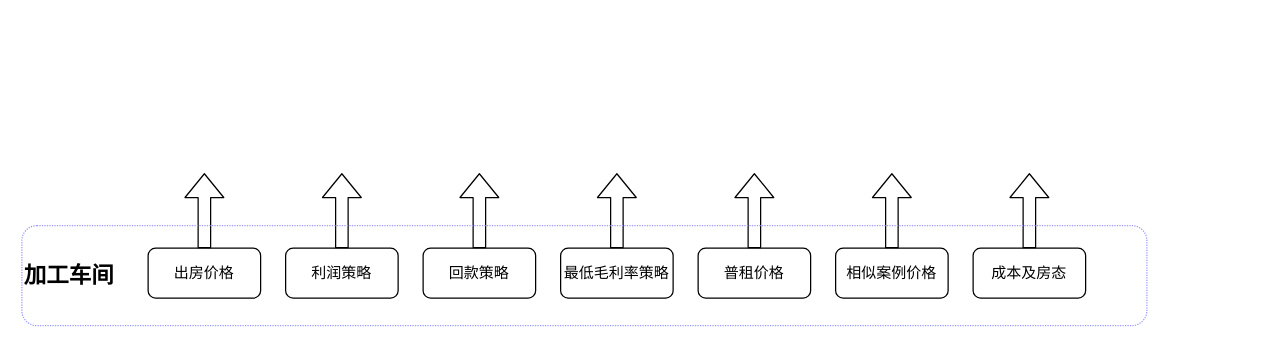
This is Untitled Diagram.drawio from zhuyeqing/tutorials, a draw.io file, before an edit. Source tidied: cells renumbered, new cells numbered last; positions are measured from the earlier drawing's top-left corner, leaving out a move shared by most shapes. Both pictures are drawn from the tidied source at 125%, with x=0, y=0 at pixel (21, 172).
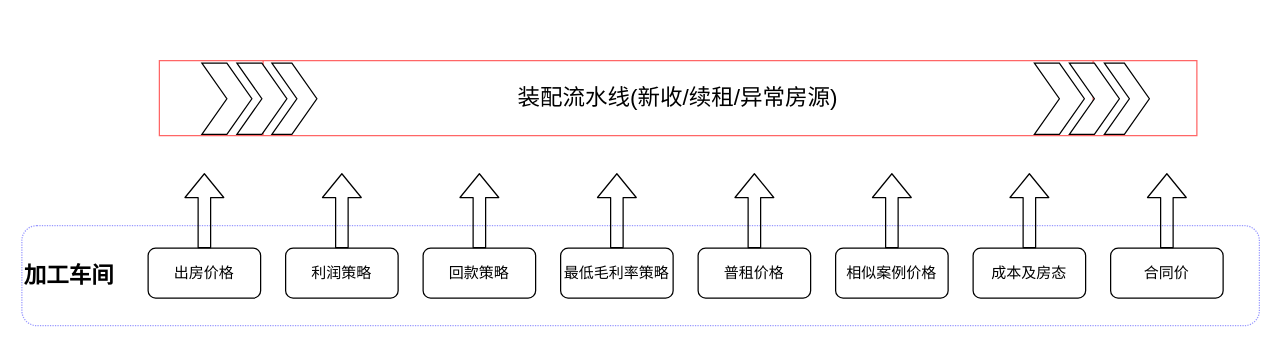
The same diagram, later.

What changed in the source:
```diff
@@
+    <mxCell id="16" value="&lt;h2&gt;&lt;span&gt;加工车间&lt;/span&gt;&lt;/h2&gt;" style="rounded=1;whiteSpace=wrap;html=1;dashed=1;dashPattern=1 1;strokeWidth=1;strokeColor=#9999FF;fillColor=none;align=left;" parent="1" vertex="1">
+      <mxGeometry y="42" width="990" height="80" as="geometry" />
+    </mxCell>
@@
-    <mxCell id="16" value="&lt;h2&gt;&lt;span&gt;加工车间&lt;/span&gt;&lt;/h2&gt;" style="rounded=1;whiteSpace=wrap;html=1;dashed=1;dashPattern=1 1;strokeWidth=1;strokeColor=#9999FF;fillColor=none;align=left;" parent="1" vertex="1">
-      <mxGeometry y="42" width="900" height="80" as="geometry" />
-    </mxCell>
+    <mxCell id="17" value="合同价" style="rounded=1;whiteSpace=wrap;html=1;" parent="1" vertex="1">
+      <mxGeometry x="871" y="60" width="90" height="40" as="geometry" />
+    </mxCell>
+    <mxCell id="18" style="shape=flexArrow;endArrow=classic;html=1;" parent="1" edge="1">
+      <mxGeometry relative="1" as="geometry">
+        <mxPoint x="916" y="60" as="sourcePoint" />
+        <mxPoint x="916" as="targetPoint" />
+      </mxGeometry>
+    </mxCell>
+    <mxCell id="19" value="&lt;font style=&quot;font-size: 18px&quot;&gt;装配流水线(新收/续租/异常房源)&lt;/font&gt;" style="shape=process;whiteSpace=wrap;html=1;backgroundOutline=1;strokeColor=#FF6666;strokeWidth=1;fillColor=none;" parent="1" vertex="1">
+      <mxGeometry x="110" y="-90" width="830" height="60" as="geometry" />
+    </mxCell>
+    <mxCell id="20" style="swimlane;horizontal=1;fillColor=none;strokeColor=none;stackBorder=10;align=center;fontColor=#000000;" parent="1" vertex="1">
+      <mxGeometry x="134" y="-121" width="112" height="100" as="geometry" />
+    </mxCell>
+    <mxCell id="21" style="shape=step;perimeter=stepPerimeter;fixedSize=1;" parent="20" vertex="1">
+      <mxGeometry x="10" y="33" width="40" height="57" as="geometry" />
+    </mxCell>
+    <mxCell id="22" style="shape=step;perimeter=stepPerimeter;fixedSize=1;size=20;" parent="20" vertex="1">
+      <mxGeometry x="38" y="33" width="40" height="57" as="geometry" />
+    </mxCell>
+    <mxCell id="23" style="shape=step;perimeter=stepPerimeter;fixedSize=1;" parent="20" vertex="1">
+      <mxGeometry x="66" y="33" width="36" height="57" as="geometry" />
+    </mxCell>
+    <mxCell id="24" style="swimlane;horizontal=1;fillColor=none;strokeColor=none;stackBorder=10;align=center;fontColor=#000000;" parent="1" vertex="1">
+      <mxGeometry x="800" y="-121" width="112" height="100" as="geometry" />
+    </mxCell>
+    <mxCell id="25" style="shape=step;perimeter=stepPerimeter;fixedSize=1;" parent="24" vertex="1">
+      <mxGeometry x="10" y="33" width="40" height="57" as="geometry" />
+    </mxCell>
+    <mxCell id="26" style="shape=step;perimeter=stepPerimeter;fixedSize=1;size=20;" parent="24" vertex="1">
+      <mxGeometry x="38" y="33" width="40" height="57" as="geometry" />
+    </mxCell>
+    <mxCell id="27" style="shape=step;perimeter=stepPerimeter;fixedSize=1;" parent="24" vertex="1">
+      <mxGeometry x="66" y="33" width="36" height="57" as="geometry" />
+    </mxCell>
```
